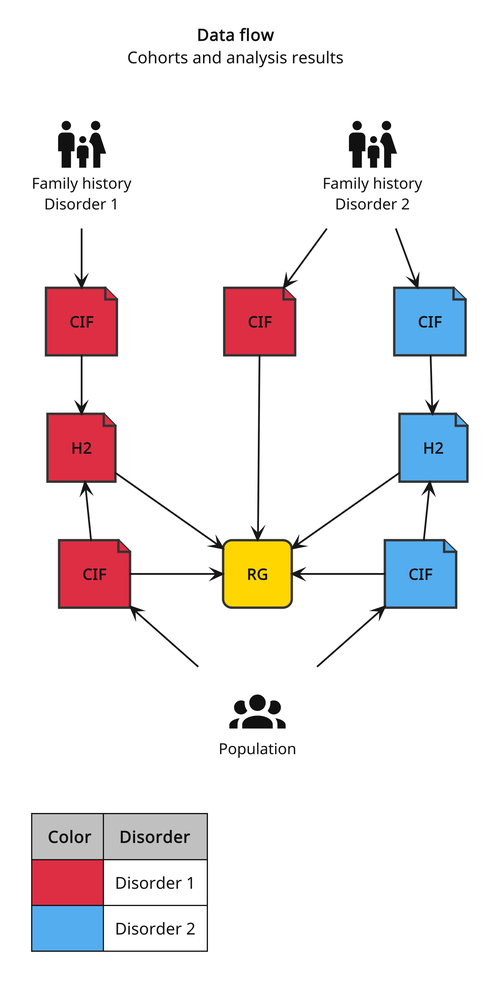
Earlier version of the PlantUML export guides/diagrams/pipeline-dag.png (BioPsyk/epimight).
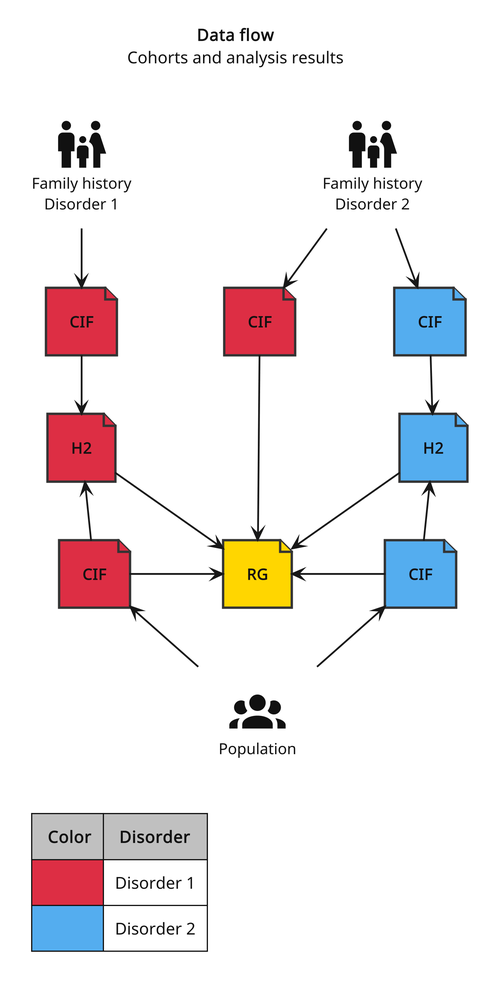
The same file after the commit.

Commit message:
Adds same type for rg

The edit, as a diff of the source:
```diff
@@ -45,7 +45,7 @@
 file "**CIF**" as cif_d2_fh2 #54adef
 file "**H2**" as h2_d1 #dd2e44
 file "**H2**" as h2_d2 #54adef
-rectangle "**RG**" as rg #ffd600
+file "**RG**" as rg #ffd600
 
 legend left
   <#silver>|= Color|= Disorder|
```
